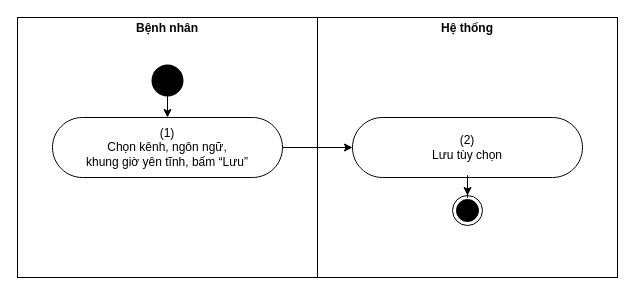
Before: page "UC 41 Notification preferences" (4 of 12) of docs/02-requirements/srs/dist/diagrams/10-activity-privacy-admin.drawio in viethung12062005/smart-hospital-platform, a draw.io diagram. Source tidied: cells renumbered, new cells numbered last; positions are measured from the earlier drawing's top-left corner, leaving out a move shared by most shapes. Both pictures are drawn from the tidied source at 100%, with x=0, y=0 at pixel (17, 17).
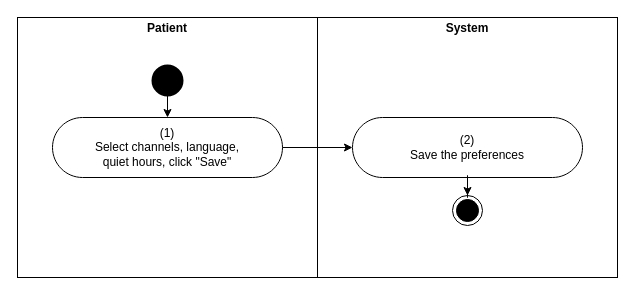
After the change.

Change to the diagram source:
```diff
@@
 <mxGraphModel>
   <root>
     <mxCell id="0" />
     <mxCell id="1" parent="0" />
-    <mxCell id="2" value="&lt;p style=&quot;margin:0px;margin-top:4px;text-align:center&quot;&gt;&lt;b&gt;Bệnh nhân&lt;/b&gt;&lt;/p&gt;" style="verticalAlign=top;align=left;overflow=fill;fontSize=12;fontFamily=Helvetica;html=1;rounded=0;shadow=0;strokeColor=#000000;gradientColor=none;whiteSpace=wrap;" parent="1" vertex="1">
+    <mxCell id="2" value="&lt;p style=&quot;margin:0px;margin-top:4px;text-align:center&quot;&gt;&lt;b&gt;Patient&lt;/b&gt;&lt;/p&gt;" style="verticalAlign=top;align=left;overflow=fill;fontSize=12;fontFamily=Helvetica;html=1;rounded=0;shadow=0;strokeColor=#000000;gradientColor=none;whiteSpace=wrap;" parent="1" vertex="1">
       <mxGeometry width="300" height="260" as="geometry" />
     </mxCell>
-    <mxCell id="3" value="&lt;p style=&quot;margin:0px;margin-top:4px;text-align:center&quot;&gt;&lt;b&gt;Hệ thống&lt;/b&gt;&lt;/p&gt;" style="verticalAlign=top;align=left;overflow=fill;fontSize=12;fontFamily=Helvetica;html=1;rounded=0;shadow=0;strokeColor=#000000;gradientColor=none;whiteSpace=wrap;" parent="1" vertex="1">
+    <mxCell id="3" value="&lt;p style=&quot;margin:0px;margin-top:4px;text-align:center&quot;&gt;&lt;b&gt;System&lt;/b&gt;&lt;/p&gt;" style="verticalAlign=top;align=left;overflow=fill;fontSize=12;fontFamily=Helvetica;html=1;rounded=0;shadow=0;strokeColor=#000000;gradientColor=none;whiteSpace=wrap;" parent="1" vertex="1">
       <mxGeometry x="300" width="300" height="260" as="geometry" />
     </mxCell>
-    <mxCell id="4" value="(1)&lt;br&gt;Chọn kênh, ngôn ngữ,&lt;br&gt;khung giờ yên tĩnh, bấm “Lưu”" style="html=1;dashed=0;whitespace=wrap;shape=mxgraph.dfd.start;rounded=0;shadow=0;strokeColor=#000000;gradientColor=none;whiteSpace=wrap;fontSize=12;" parent="1" vertex="1">
+    <mxCell id="4" value="(1)&lt;br&gt;Select channels, language,&lt;br&gt;quiet hours, click &amp;quot;Save&amp;quot;" style="html=1;dashed=0;whitespace=wrap;shape=mxgraph.dfd.start;rounded=0;shadow=0;strokeColor=#000000;gradientColor=none;whiteSpace=wrap;fontSize=12;" parent="1" vertex="1">
       <mxGeometry x="35" y="100" width="230" height="60" as="geometry" />
     </mxCell>
-    <mxCell id="5" value="(2)&lt;br&gt;Lưu tùy chọn" style="html=1;dashed=0;whitespace=wrap;shape=mxgraph.dfd.start;rounded=0;shadow=0;strokeColor=#000000;gradientColor=none;whiteSpace=wrap;fontSize=12;" parent="1" vertex="1">
+    <mxCell id="5" value="(2)&lt;br&gt;Save the preferences" style="html=1;dashed=0;whitespace=wrap;shape=mxgraph.dfd.start;rounded=0;shadow=0;strokeColor=#000000;gradientColor=none;whiteSpace=wrap;fontSize=12;" parent="1" vertex="1">
       <mxGeometry x="335" y="100" width="230" height="60" as="geometry" />
     </mxCell>
     <mxCell id="6" style="strokeWidth=2;html=1;shape=mxgraph.flowchart.start_2;whiteSpace=wrap;rounded=0;shadow=0;gradientColor=none;fillColor=#000000;" parent="1" vertex="1">
       <mxGeometry x="135" y="48" width="30" height="30" as="geometry" />
     </mxCell>
     <mxCell id="7" style="edgeStyle=orthogonalEdgeStyle;rounded=0;jettySize=auto;html=1;" parent="1" edge="1" source="6" target="4">
       <mxGeometry relative="1" as="geometry" />
     </mxCell>
     <mxCell id="8" style="edgeStyle=orthogonalEdgeStyle;rounded=0;jettySize=auto;html=1;" parent="1" edge="1" source="4" target="5">
       <mxGeometry relative="1" as="geometry" />
     </mxCell>
     <mxCell id="9" style="ellipse;html=1;shape=endState;fillColor=#000000;rounded=0;shadow=0;whiteSpace=wrap;" parent="1" vertex="1">
       <mxGeometry x="435" y="178" width="30" height="30" as="geometry" />
     </mxCell>
     <mxCell id="10" style="edgeStyle=orthogonalEdgeStyle;rounded=0;jettySize=auto;html=1;" parent="1" edge="1" source="5" target="9">
       <mxGeometry relative="1" as="geometry" />
     </mxCell>
   </root>
 </mxGraphModel>
```
